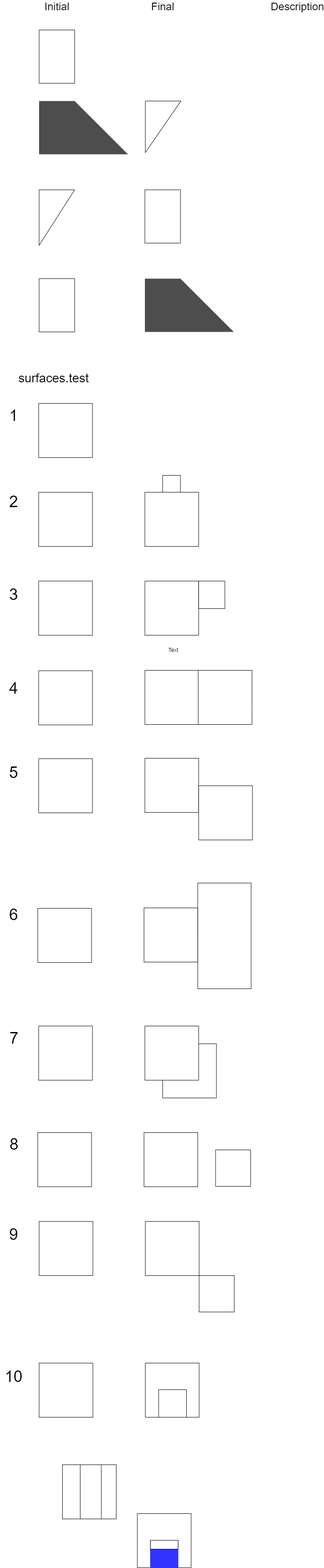
Before: tests.drawio.png, a diagram exported from draw.io (rakshajp/arco-test). Source tidied: cells renumbered, new cells last; positions are measured from the earlier drawing's top-left corner, leaving out a move shared by most shapes.
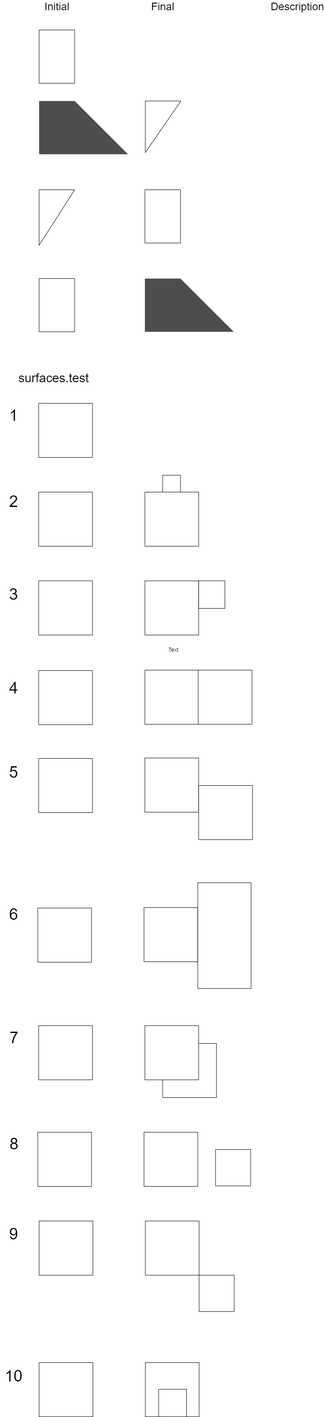
After the change.

The edit, as a diff of the source:
```diff
@@ -164,20 +164,5 @@
     <mxCell id="55" value="&lt;font style=&quot;font-size: 28px;&quot;&gt;surfaces.test&lt;/font&gt;" style="text;html=1;align=center;verticalAlign=middle;strokeColor=none;fillColor=none;" parent="1" vertex="1">
       <mxGeometry x="30" y="826" width="180" height="50" as="geometry" />
     </mxCell>
-    <mxCell id="56" style="verticalLabelPosition=bottom;verticalAlign=top;html=1;shape=mxgraph.basic.rect;fillColor2=none;strokeWidth=1;size=20;indent=5;" parent="1" vertex="1">
-      <mxGeometry x="140" y="3298" width="121" height="122" as="geometry" />
-    </mxCell>
-    <mxCell id="57" style="verticalLabelPosition=bottom;verticalAlign=top;html=1;shape=mxgraph.basic.rect;fillColor2=none;strokeWidth=1;size=20;indent=5;" parent="1" vertex="1">
-      <mxGeometry x="180" y="3298" width="47.5" height="122" as="geometry" />
-    </mxCell>
-    <mxCell id="58" style="verticalLabelPosition=bottom;verticalAlign=top;html=1;shape=mxgraph.basic.rect;fillColor2=none;strokeWidth=1;size=20;indent=5;" parent="1" vertex="1">
-      <mxGeometry x="308.5" y="3408" width="121" height="122" as="geometry" />
-    </mxCell>
-    <mxCell id="59" style="verticalLabelPosition=bottom;verticalAlign=top;html=1;shape=mxgraph.basic.rect;fillColor2=none;strokeWidth=1;size=20;indent=5;strokeColor=#3333FF;fillColor=#3333FF;" parent="1" vertex="1">
-      <mxGeometry x="337.8" y="3468" width="62.5" height="62" as="geometry" />
-    </mxCell>
-    <mxCell id="60" style="verticalLabelPosition=bottom;verticalAlign=top;html=1;shape=mxgraph.basic.rect;fillColor2=none;strokeWidth=1;size=20;indent=5;" parent="1" vertex="1">
-      <mxGeometry x="338" y="3468" width="62.2" height="20" as="geometry" />
-    </mxCell>
   </root>
 </mxGraphModel>
```
